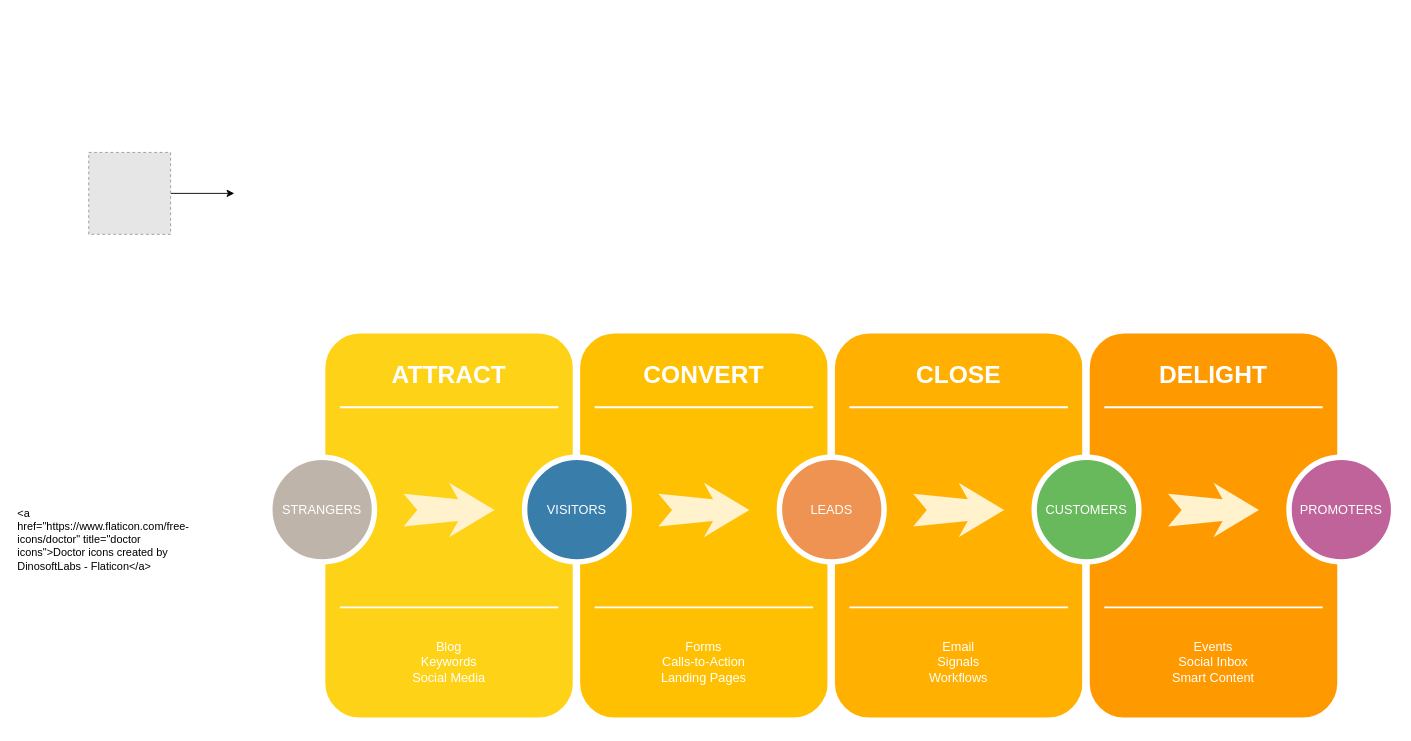
Above: Untitled Diagram.drawio in marciantemark/archdiagrams (draw.io), before the change. Source tidied: cells renumbered, new cells numbered last; positions are measured from the earlier drawing's top-left corner, leaving out a move shared by most shapes. Both pictures are drawn from the tidied source at 91%, with x=0, y=0 at pixel (15, 152). Pictures stored in the file or linked from it are replaced by grey dashed boxes.
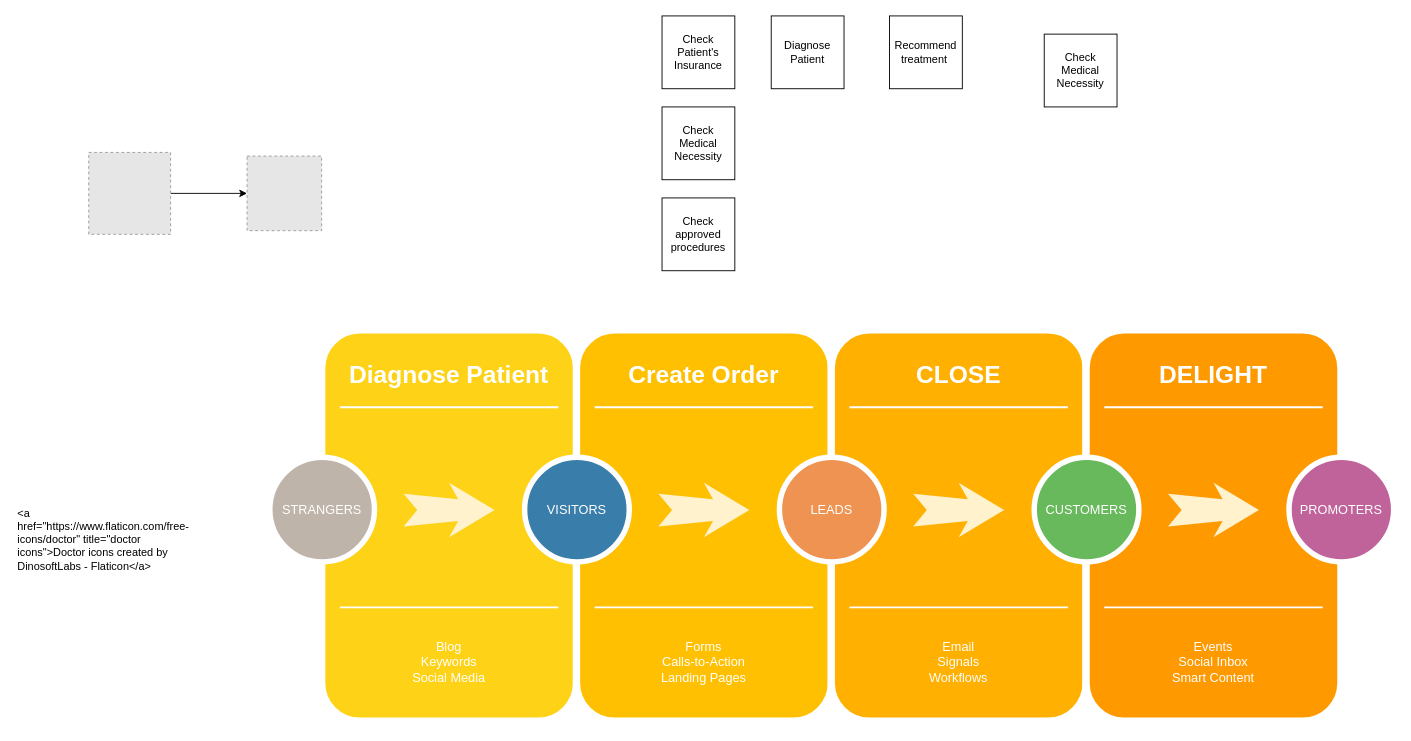
After the change.

Unchanged cells that the change refers to:
```xml
<mxCell id="33" style="fillColor=#E6E6E6;strokeColor=#999999;dashed=1;verticalLabelPosition=bottom;labelBackgroundColor=default;verticalAlign=top;" parent="1" vertex="1">
  <mxGeometry x="80" width="90" height="90" as="geometry" />
</mxCell>
```

Diff of the diagram source:
```diff
@@
-    <mxCell id="3" value="ATTRACT" style="text;html=1;strokeColor=none;fillColor=none;align=center;verticalAlign=middle;whiteSpace=wrap;rounded=0;shadow=0;fontSize=27;fontColor=#FFFFFF;fontStyle=1;" parent="1" vertex="1">
+    <mxCell id="3" value="Diagnose Patient" style="text;html=1;strokeColor=none;fillColor=none;align=center;verticalAlign=middle;whiteSpace=wrap;rounded=0;shadow=0;fontSize=27;fontColor=#FFFFFF;fontStyle=1;" parent="1" vertex="1">
       <mxGeometry x="336" y="215" width="280" height="60" as="geometry" />
     </mxCell>
@@
-    <mxCell id="10" value="CONVERT" style="text;html=1;strokeColor=none;fillColor=none;align=center;verticalAlign=middle;whiteSpace=wrap;rounded=0;shadow=0;fontSize=27;fontColor=#FFFFFF;fontStyle=1;" parent="1" vertex="1">
+    <mxCell id="10" value="Create Order" style="text;html=1;strokeColor=none;fillColor=none;align=center;verticalAlign=middle;whiteSpace=wrap;rounded=0;shadow=0;fontSize=27;fontColor=#FFFFFF;fontStyle=1;" parent="1" vertex="1">
       <mxGeometry x="616" y="215" width="280" height="60" as="geometry" />
     </mxCell>
@@
-    <mxCell id="32" style="endArrow=classic;html=1;rounded=0;exitX=1;exitY=0.5;exitDx=0;exitDy=0;" parent="1" edge="1" source="33">
-      <mxGeometry relative="1" as="geometry">
-        <mxPoint x="240" y="45" as="targetPoint" />
-      </mxGeometry>
+    <mxCell id="32" style="endArrow=classic;html=1;rounded=0;exitX=1;exitY=0.5;exitDx=0;exitDy=0;entryX=0;entryY=0.5;entryDx=0;entryDy=0;" parent="1" edge="1" source="33" target="34">
+      <mxGeometry relative="1" as="geometry" />
     </mxCell>
@@
+    <mxCell id="34" style="fillColor=#E6E6E6;strokeColor=#999999;dashed=1;verticalLabelPosition=bottom;labelBackgroundColor=default;verticalAlign=top;" parent="1" vertex="1">
+      <mxGeometry x="254" y="4" width="82" height="82" as="geometry" />
+    </mxCell>
+    <mxCell id="35" value="Diagnose Patient" style="whiteSpace=wrap;html=1;" parent="1" vertex="1">
+      <mxGeometry x="830" y="-150" width="80" height="80" as="geometry" />
+    </mxCell>
+    <mxCell id="36" value="Recommend treatment&amp;nbsp;" style="whiteSpace=wrap;html=1;" parent="1" vertex="1">
+      <mxGeometry x="960" y="-150" width="80" height="80" as="geometry" />
+    </mxCell>
+    <mxCell id="37" value="Check Patient's Insurance" style="whiteSpace=wrap;html=1;" parent="1" vertex="1">
+      <mxGeometry x="710" y="-150" width="80" height="80" as="geometry" />
+    </mxCell>
+    <mxCell id="38" value="Check Medical Necessity" style="whiteSpace=wrap;html=1;" parent="1" vertex="1">
+      <mxGeometry x="710" y="-50" width="80" height="80" as="geometry" />
+    </mxCell>
+    <mxCell id="39" value="Check approved procedures" style="whiteSpace=wrap;html=1;" parent="1" vertex="1">
+      <mxGeometry x="710" y="50" width="80" height="80" as="geometry" />
+    </mxCell>
+    <mxCell id="40" value="Check Medical Necessity" style="whiteSpace=wrap;html=1;" parent="1" vertex="1">
+      <mxGeometry x="1130" y="-130" width="80" height="80" as="geometry" />
+    </mxCell>
```
